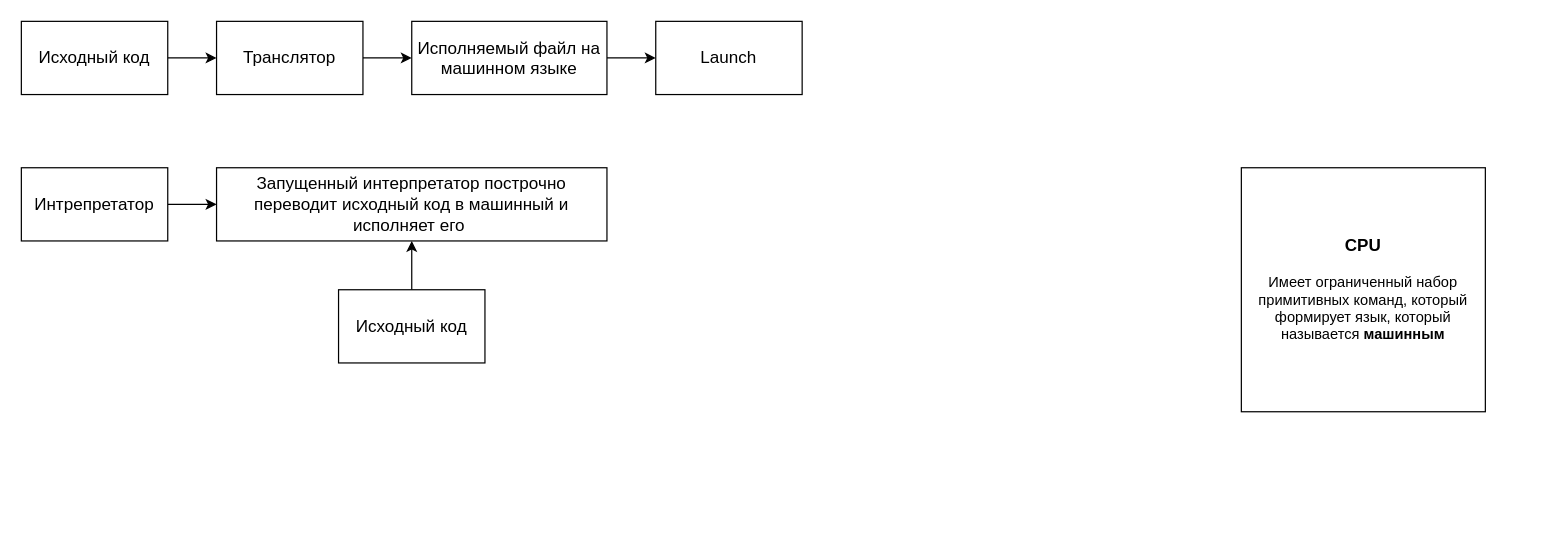
Earlier version of the draw.io diagram Tanenbaum.drawio (adorozhko/Tanenbaum). Source tidied: cells renumbered, new cells numbered last; positions are measured from the earlier drawing's top-left corner, leaving out a move shared by most shapes. Both pictures are drawn from the tidied source at 122%, with x=0, y=0 at pixel (21, 21).
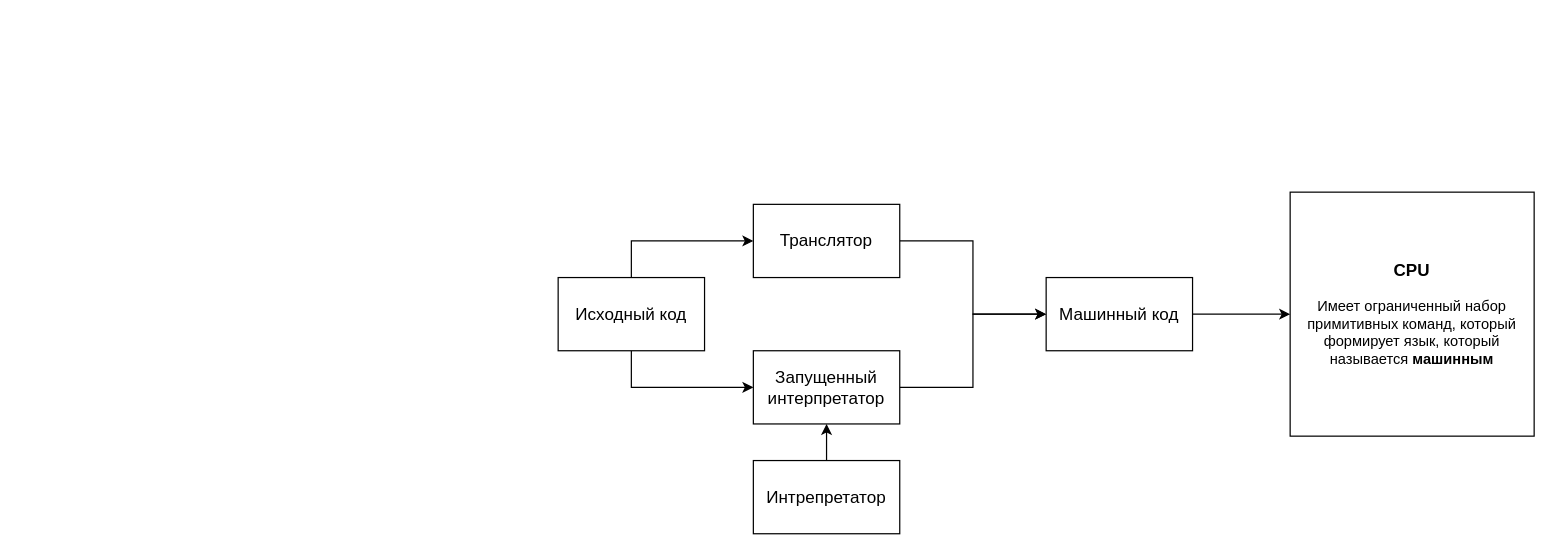
After the change.

What changed in the source:
```diff
@@
 <mxGraphModel>
   <root>
     <mxCell id="0" />
     <mxCell id="1" parent="0" />
     <mxCell id="2" value="&lt;b&gt;&lt;font style=&quot;font-size: 14px&quot;&gt;CPU&lt;/font&gt;&lt;/b&gt;&lt;br&gt;&lt;br&gt;Имеет ограниченный набор примитивных команд, который формирует язык, который называется&amp;nbsp;&lt;b&gt;машинным&lt;/b&gt;" style="whiteSpace=wrap;html=1;" parent="1" vertex="1">
-      <mxGeometry x="1000" y="120" width="200" height="200" as="geometry" />
+      <mxGeometry x="1040" y="140" width="200" height="200" as="geometry" />
     </mxCell>
-    <mxCell id="3" style="edgeStyle=orthogonalEdgeStyle;rounded=0;jettySize=auto;html=1;exitX=1;exitY=0.5;exitDx=0;exitDy=0;entryX=0;entryY=0.5;entryDx=0;entryDy=0;fontSize=14;" parent="1" edge="1" source="4" target="12">
+    <mxCell id="3" style="edgeStyle=orthogonalEdgeStyle;rounded=0;jettySize=auto;html=1;exitX=0.5;exitY=0;exitDx=0;exitDy=0;entryX=0.5;entryY=1;entryDx=0;entryDy=0;fontSize=14;" parent="1" edge="1" source="4" target="12">
       <mxGeometry relative="1" as="geometry" />
     </mxCell>
     <mxCell id="4" value="Интрепретатор" style="rounded=0;whiteSpace=wrap;html=1;fontSize=14;" parent="1" vertex="1">
-      <mxGeometry y="120" width="120" height="60" as="geometry" />
+      <mxGeometry x="600" y="360" width="120" height="60" as="geometry" />
     </mxCell>
-    <mxCell id="5" style="edgeStyle=orthogonalEdgeStyle;rounded=0;jettySize=auto;html=1;exitX=1;exitY=0.5;exitDx=0;exitDy=0;entryX=0;entryY=0.5;entryDx=0;entryDy=0;fontSize=14;" parent="1" edge="1" source="6" target="10">
-      <mxGeometry relative="1" as="geometry" />
-    </mxCell>
+    <mxCell id="15" style="edgeStyle=orthogonalEdgeStyle;rounded=0;jettySize=auto;html=1;exitX=1;exitY=0.5;exitDx=0;exitDy=0;entryX=0;entryY=0.5;entryDx=0;entryDy=0;" parent="1" edge="1" source="6" target="19">
+      <mxGeometry relative="1" as="geometry" />
+    </mxCell>
     <mxCell id="6" value="Транслятор" style="rounded=0;whiteSpace=wrap;html=1;fontSize=14;" parent="1" vertex="1">
-      <mxGeometry x="160" width="120" height="60" as="geometry" />
+      <mxGeometry x="600" y="150" width="120" height="60" as="geometry" />
     </mxCell>
+    <mxCell id="16" style="edgeStyle=orthogonalEdgeStyle;rounded=0;jettySize=auto;html=1;exitX=0.5;exitY=1;exitDx=0;exitDy=0;entryX=0;entryY=0.5;entryDx=0;entryDy=0;fontSize=14;" parent="1" edge="1" source="8" target="12">
+      <mxGeometry relative="1" as="geometry" />
+    </mxCell>
-    <mxCell id="7" style="edgeStyle=orthogonalEdgeStyle;rounded=0;jettySize=auto;html=1;exitX=1;exitY=0.5;exitDx=0;exitDy=0;entryX=0;entryY=0.5;entryDx=0;entryDy=0;fontSize=14;" parent="1" edge="1" source="8" target="6">
+    <mxCell id="7" style="edgeStyle=orthogonalEdgeStyle;rounded=0;jettySize=auto;html=1;exitX=0.5;exitY=0;exitDx=0;exitDy=0;entryX=0;entryY=0.5;entryDx=0;entryDy=0;fontSize=14;" parent="1" edge="1" source="8" target="6">
       <mxGeometry relative="1" as="geometry" />
     </mxCell>
     <mxCell id="8" value="Исходный код" style="rounded=0;whiteSpace=wrap;html=1;fontSize=14;" parent="1" vertex="1">
-      <mxGeometry width="120" height="60" as="geometry" />
+      <mxGeometry x="440" y="210" width="120" height="60" as="geometry" />
     </mxCell>
-    <mxCell id="9" style="edgeStyle=orthogonalEdgeStyle;rounded=0;jettySize=auto;html=1;exitX=1;exitY=0.5;exitDx=0;exitDy=0;entryX=0;entryY=0.5;entryDx=0;entryDy=0;fontSize=14;" parent="1" edge="1" source="10" target="11">
-      <mxGeometry relative="1" as="geometry" />
-    </mxCell>
-    <mxCell id="10" value="Исполняемый файл на машинном языке" style="rounded=0;whiteSpace=wrap;html=1;fontSize=14;" parent="1" vertex="1">
-      <mxGeometry x="320" width="160" height="60" as="geometry" />
-    </mxCell>
-    <mxCell id="11" value="Launch" style="rounded=0;whiteSpace=wrap;html=1;fontSize=14;" parent="1" vertex="1">
-      <mxGeometry x="520" width="120" height="60" as="geometry" />
-    </mxCell>
+    <mxCell id="17" style="edgeStyle=orthogonalEdgeStyle;rounded=0;jettySize=auto;html=1;exitX=1;exitY=0.5;exitDx=0;exitDy=0;entryX=0;entryY=0.5;entryDx=0;entryDy=0;" parent="1" edge="1" source="12" target="19">
+      <mxGeometry relative="1" as="geometry" />
+    </mxCell>
-    <mxCell id="12" value="Запущенный интерпретатор построчно переводит исходный код в машинный и исполняет его&amp;nbsp;" style="rounded=0;whiteSpace=wrap;html=1;fontSize=14;" parent="1" vertex="1">
-      <mxGeometry x="160" y="120" width="320" height="60" as="geometry" />
+    <mxCell id="12" value="Запущенный интерпретатор" style="rounded=0;whiteSpace=wrap;html=1;fontSize=14;" parent="1" vertex="1">
+      <mxGeometry x="600" y="270" width="120" height="60" as="geometry" />
     </mxCell>
-    <mxCell id="13" style="edgeStyle=orthogonalEdgeStyle;rounded=0;jettySize=auto;html=1;exitX=0.5;exitY=0;exitDx=0;exitDy=0;fontSize=14;" parent="1" edge="1" source="14" target="12">
-      <mxGeometry relative="1" as="geometry" />
-    </mxCell>
-    <mxCell id="14" value="Исходный код" style="rounded=0;whiteSpace=wrap;html=1;fontSize=14;" parent="1" vertex="1">
-      <mxGeometry x="260" y="220" width="120" height="60" as="geometry" />
-    </mxCell>
+    <mxCell id="18" style="edgeStyle=orthogonalEdgeStyle;rounded=0;jettySize=auto;html=1;exitX=1;exitY=0.5;exitDx=0;exitDy=0;fontSize=14;" parent="1" edge="1" source="19" target="2">
+      <mxGeometry relative="1" as="geometry" />
+    </mxCell>
+    <mxCell id="19" value="&lt;font style=&quot;font-size: 14px&quot;&gt;Машинный код&lt;/font&gt;" style="rounded=0;whiteSpace=wrap;html=1;" parent="1" vertex="1">
+      <mxGeometry x="840" y="210" width="120" height="60" as="geometry" />
+    </mxCell>
   </root>
 </mxGraphModel>
```
